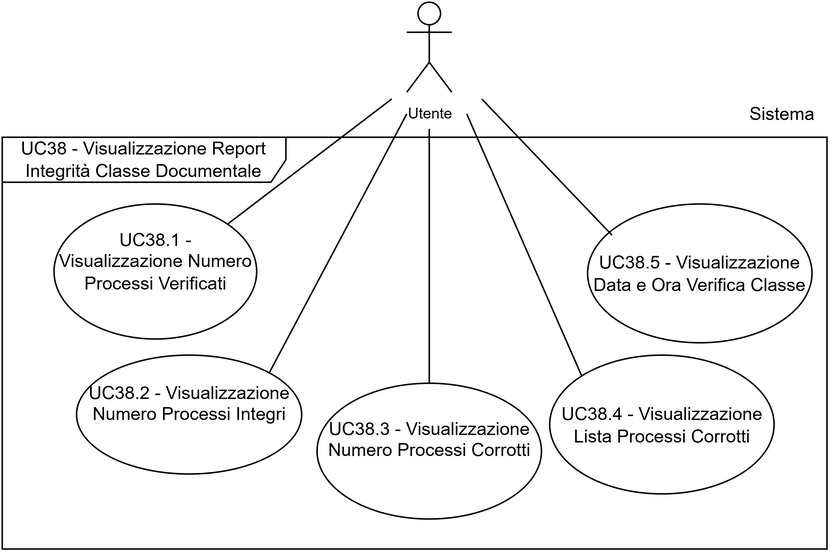
Above: assets/uml/IncUC38.png in 7-ZPUs/Docs (draw.io), before the change. Source tidied: cells renumbered, new cells last; positions are measured from the earlier drawing's top-left corner, leaving out a move shared by most shapes.
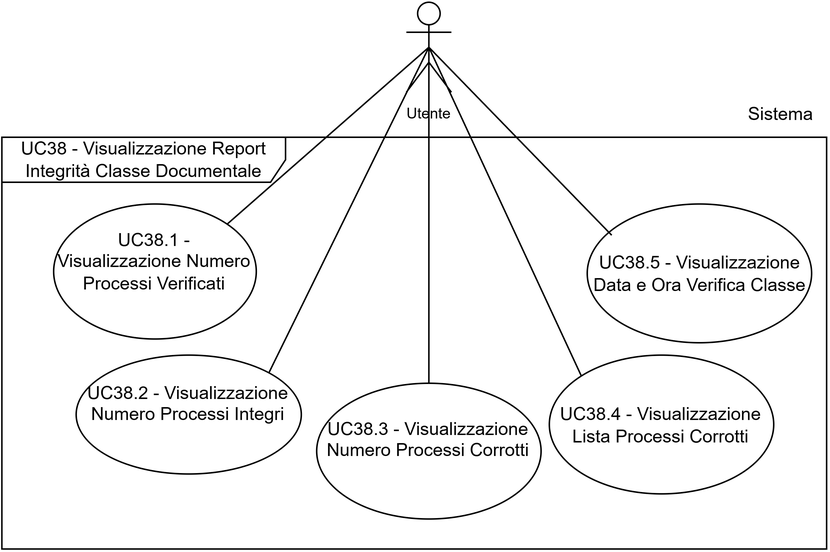
The same diagram one commit later.

Commit message:
modifica diagramma

The edit, as a diff of the source:
```diff
@@ -5,10 +5,8 @@
     <mxCell id="2" value=" UC38.1 - Visualizzazione Numero Processi Verificati&lt;div&gt;&lt;br/&gt;&lt;/div&gt;" style="ellipse;whiteSpace=wrap;html=1;" parent="1" vertex="1">
       <mxGeometry x="34.5" y="134.5" width="135" height="90" as="geometry" />
     </mxCell>
-    <mxCell id="3" style="rounded=0;jettySize=auto;html=1;entryX=1;entryY=0;entryDx=0;entryDy=0;strokeColor=default;endArrow=none;endFill=0;" parent="1" edge="1" target="2">
-      <mxGeometry relative="1" as="geometry">
-        <mxPoint x="259.5" y="64.5" as="sourcePoint" />
-      </mxGeometry>
+    <mxCell id="3" style="rounded=0;jettySize=auto;html=1;entryX=1;entryY=0;entryDx=0;entryDy=0;strokeColor=default;endArrow=none;endFill=0;exitX=0.5;exitY=0.5;exitDx=0;exitDy=0;exitPerimeter=0;" parent="1" edge="1" source="4" target="2">
+      <mxGeometry relative="1" as="geometry" />
     </mxCell>
     <mxCell id="4" value="&lt;font style=&quot;font-size: 10px;&quot;&gt;Utente&lt;/font&gt;" style="shape=umlActor;verticalLabelPosition=bottom;verticalAlign=top;html=1;outlineConnect=0;" parent="1" vertex="1">
       <mxGeometry x="269.5" width="30" height="60" as="geometry" />
@@ -19,18 +17,14 @@
     <mxCell id="6" value=" UC38.2 - Visualizzazione Numero Processi Integri&lt;div&gt;&lt;br/&gt;&lt;/div&gt;" style="ellipse;whiteSpace=wrap;html=1;" parent="1" vertex="1">
       <mxGeometry x="49.5" y="235.2" width="150" height="79.2" as="geometry" />
     </mxCell>
-    <mxCell id="7" style="rounded=0;jettySize=auto;html=1;entryX=1;entryY=0;entryDx=0;entryDy=0;strokeColor=default;endArrow=none;endFill=0;" parent="1" edge="1" target="6">
-      <mxGeometry relative="1" as="geometry">
-        <mxPoint x="269.5" y="74.5" as="sourcePoint" />
-      </mxGeometry>
+    <mxCell id="7" style="rounded=0;jettySize=auto;html=1;entryX=1;entryY=0;entryDx=0;entryDy=0;strokeColor=default;endArrow=none;endFill=0;exitX=0.5;exitY=0.5;exitDx=0;exitDy=0;exitPerimeter=0;" parent="1" edge="1" source="4" target="6">
+      <mxGeometry relative="1" as="geometry" />
     </mxCell>
     <mxCell id="8" value="UC38.3 - Visualizzazione Numero Processi Corrotti&lt;div&gt;&lt;br/&gt;&lt;/div&gt;" style="ellipse;whiteSpace=wrap;html=1;" parent="1" vertex="1">
       <mxGeometry x="209.8" y="254" width="149.5" height="90.5" as="geometry" />
     </mxCell>
-    <mxCell id="9" style="rounded=0;jettySize=auto;html=1;entryX=0.5;entryY=0;entryDx=0;entryDy=0;strokeColor=default;endArrow=none;endFill=0;" parent="1" edge="1" target="8">
-      <mxGeometry relative="1" as="geometry">
-        <mxPoint x="284.5" y="84.5" as="sourcePoint" />
-      </mxGeometry>
+    <mxCell id="9" style="rounded=0;jettySize=auto;html=1;entryX=0.5;entryY=0;entryDx=0;entryDy=0;strokeColor=default;endArrow=none;endFill=0;exitX=0.5;exitY=0.5;exitDx=0;exitDy=0;exitPerimeter=0;" parent="1" edge="1" source="4" target="8">
+      <mxGeometry relative="1" as="geometry" />
     </mxCell>
     <mxCell id="10" value="&lt;font style=&quot;font-size: 12px;&quot;&gt;Sistema&lt;/font&gt;" style="text;html=1;whiteSpace=wrap;strokeColor=none;fillColor=none;align=center;verticalAlign=middle;rounded=0;fontSize=10;" parent="1" vertex="1">
       <mxGeometry x="489.5" y="60" width="60" height="30" as="geometry" />
@@ -38,18 +32,14 @@
     <mxCell id="11" value="UC38.4 - Visualizzazione Lista Processi Corrotti" style="ellipse;whiteSpace=wrap;html=1;" parent="1" vertex="1">
       <mxGeometry x="364.8" y="235.2" width="149.5" height="92.5" as="geometry" />
     </mxCell>
-    <mxCell id="12" style="rounded=0;jettySize=auto;html=1;strokeColor=default;endArrow=none;endFill=0;entryX=0;entryY=0;entryDx=0;entryDy=0;" parent="1" edge="1" target="11">
-      <mxGeometry relative="1" as="geometry">
-        <mxPoint x="309.5" y="74.5" as="sourcePoint" />
-      </mxGeometry>
+    <mxCell id="12" style="rounded=0;jettySize=auto;html=1;strokeColor=default;endArrow=none;endFill=0;entryX=0;entryY=0;entryDx=0;entryDy=0;exitX=0.5;exitY=0.5;exitDx=0;exitDy=0;exitPerimeter=0;" parent="1" edge="1" source="4" target="11">
+      <mxGeometry relative="1" as="geometry" />
     </mxCell>
     <mxCell id="13" value="UC38.5 - Visualizzazione Data e Ora Verifica Classe" style="ellipse;whiteSpace=wrap;html=1;" parent="1" vertex="1">
       <mxGeometry x="390" y="134.5" width="149.5" height="92.5" as="geometry" />
     </mxCell>
-    <mxCell id="14" style="rounded=0;jettySize=auto;html=1;entryX=0.109;entryY=0.225;entryDx=0;entryDy=0;strokeColor=default;endArrow=none;endFill=0;entryPerimeter=0;" parent="1" edge="1" target="13">
-      <mxGeometry relative="1" as="geometry">
-        <mxPoint x="319.5" y="64.5" as="sourcePoint" />
-      </mxGeometry>
+    <mxCell id="14" style="rounded=0;jettySize=auto;html=1;entryX=0.109;entryY=0.225;entryDx=0;entryDy=0;strokeColor=default;endArrow=none;endFill=0;entryPerimeter=0;exitX=0.5;exitY=0.5;exitDx=0;exitDy=0;exitPerimeter=0;" parent="1" edge="1" source="4" target="13">
+      <mxGeometry relative="1" as="geometry" />
     </mxCell>
   </root>
 </mxGraphModel>
```
